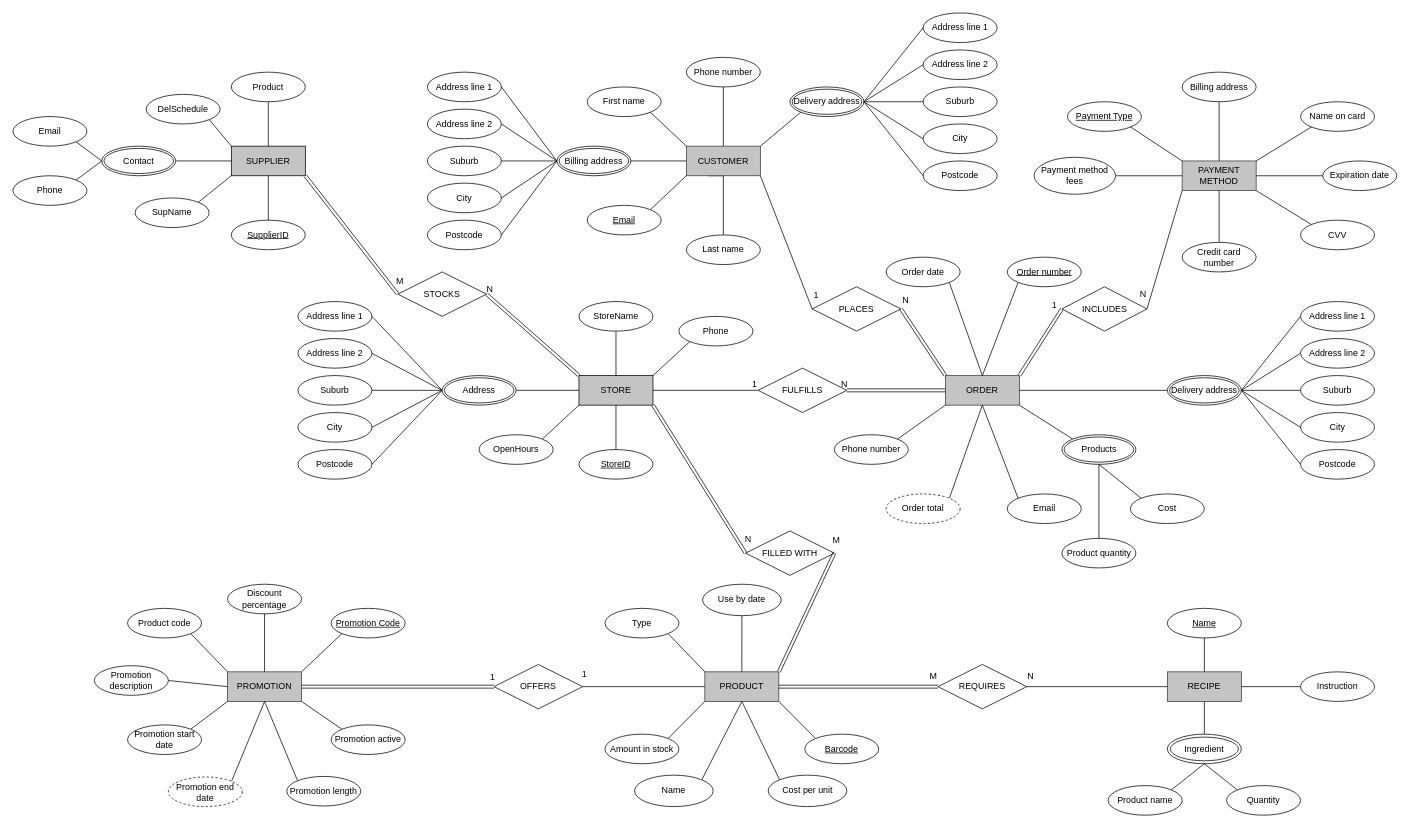
ThibaudARoy/Group5EntityRelationshipDiagram keeps this draw.io diagram as online_food_store.drawio. Above is the earlier version. Source tidied: cells renumbered, new cells numbered last; positions are measured from the earlier drawing's top-left corner, leaving out a move shared by most shapes. Both pictures are drawn from the tidied source at 74%, with x=0, y=0 at pixel (13, 13).
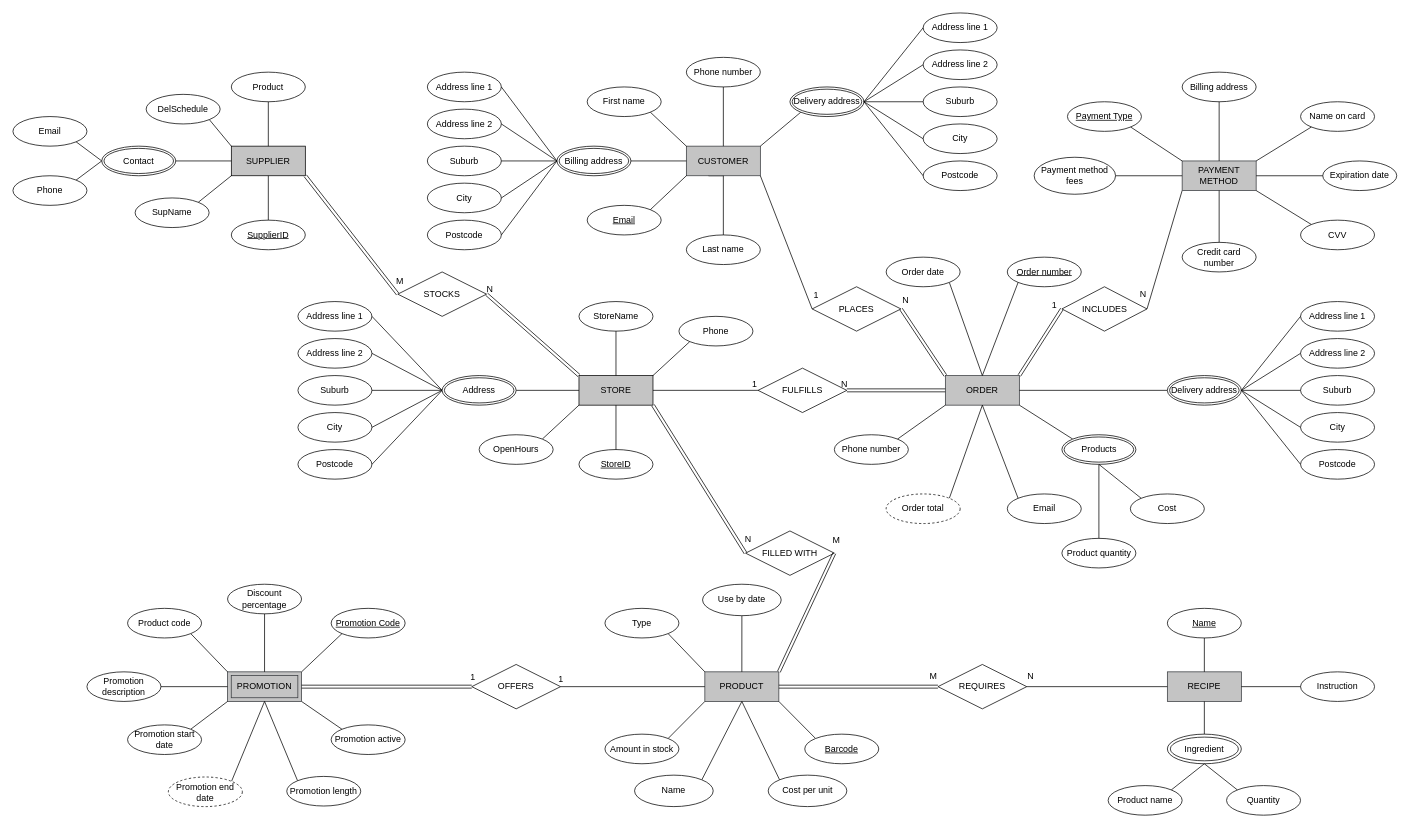
After the change.

The edit, as a diff of the source:
```diff
@@
-    <mxCell id="134" value="PROMOTION" style="whiteSpace=wrap;html=1;align=center;fillColor=#C4C4C4;strokeColor=#36393d;" parent="1" vertex="1">
+    <mxCell id="134" value="PROMOTION" style="shape=ext;margin=3;double=1;whiteSpace=wrap;html=1;align=center;fillColor=#C4C4C4;strokeColor=#36393d;" parent="1" vertex="1">
       <mxGeometry x="290" y="890.4" width="100" height="40" as="geometry" />
     </mxCell>
@@
     <mxCell id="136" value="Promotion description" style="ellipse;whiteSpace=wrap;html=1;align=center;" parent="1" vertex="1">
-      <mxGeometry x="110" y="882.1" width="100" height="40" as="geometry" />
+      <mxGeometry x="100" y="890.4" width="100" height="40" as="geometry" />
     </mxCell>
@@
     <mxCell id="144" value="OFFERS" style="shape=rhombus;perimeter=rhombusPerimeter;whiteSpace=wrap;html=1;align=center;" parent="1" vertex="1">
-      <mxGeometry x="650" y="880.4" width="120" height="60" as="geometry" />
+      <mxGeometry x="620" y="880.4" width="120" height="60" as="geometry" />
     </mxCell>
@@
     <mxCell id="148" value="1" style="html=1;whiteSpace=wrap;align=right;verticalAlign=bottom;" parent="1" vertex="1">
-      <mxGeometry x="1030" y="974.6" as="geometry">
+      <mxGeometry x="998" y="981" as="geometry">
         <mxPoint x="-253" y="-73" as="offset" />
       </mxGeometry>
     </mxCell>
     <mxCell id="149" value="1" style="html=1;whiteSpace=wrap;align=right;verticalAlign=bottom;" parent="1" vertex="1">
-      <mxGeometry x="796.9" y="944.6" as="geometry">
+      <mxGeometry x="770" y="944.6" as="geometry">
         <mxPoint x="-144" y="-39" as="offset" />
       </mxGeometry>
     </mxCell>
```
